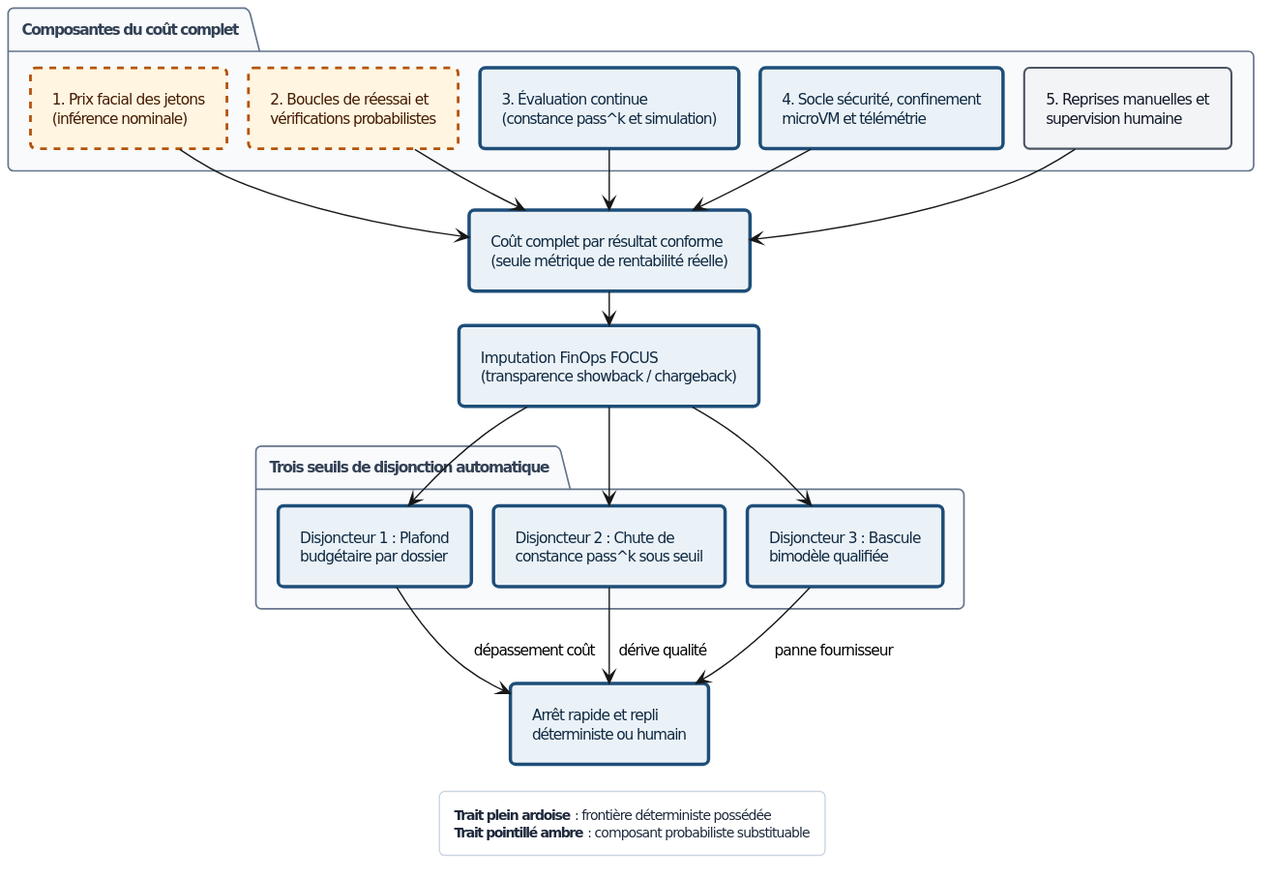
The PlantUML diagram 7 - Livre 2027/diagrammes/rendus/Fig-18.svg in agbruneau/Agentique, before a commit.
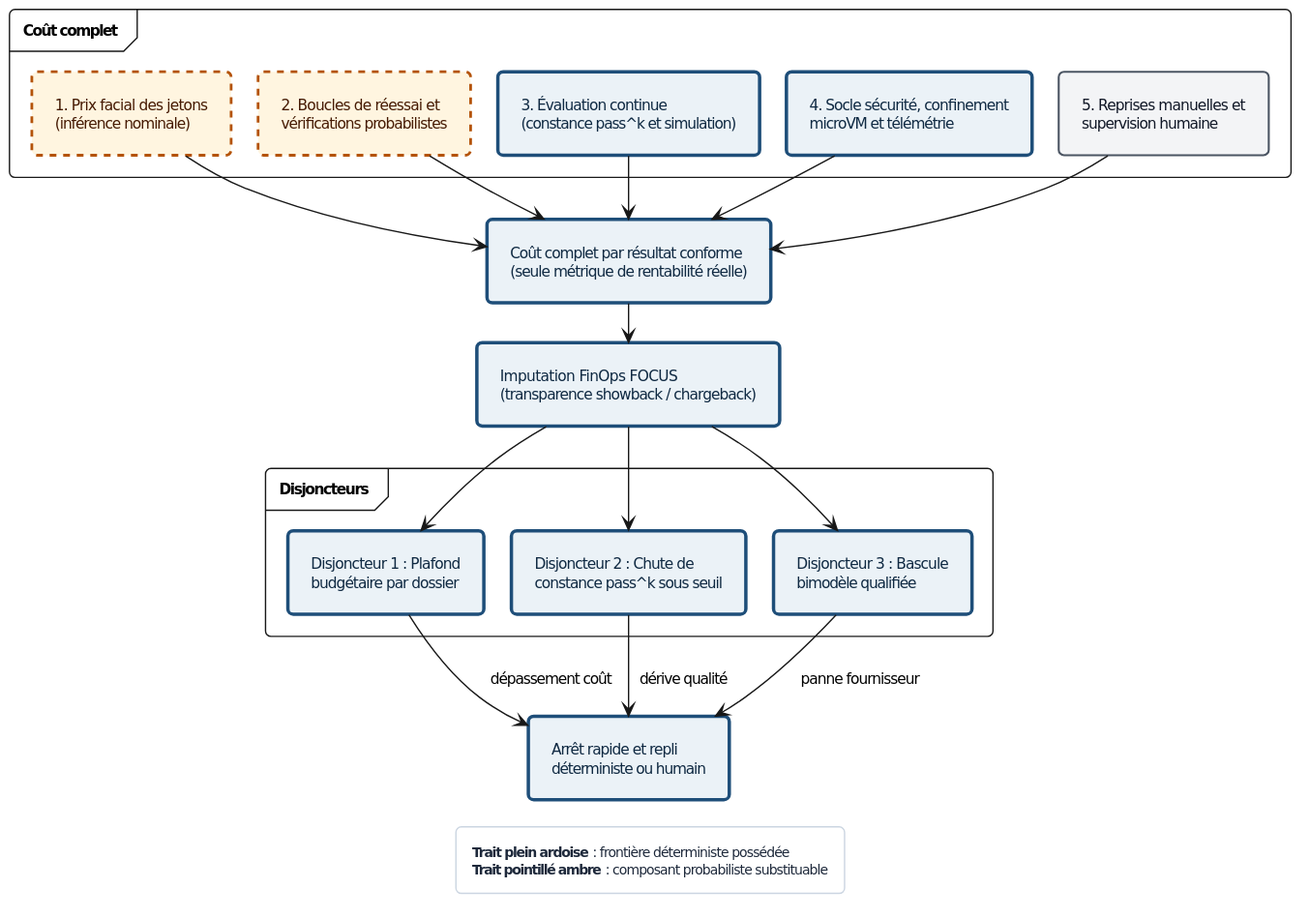
Later version of the same file.

What changed in the source:
```diff
@@ -41,11 +41,12 @@
 skinparam defaultFontSize 11
 skinparam shadowing false
 skinparam roundcorner 8
-skinparam nodesep 16
-skinparam ranksep 24
-skinparam padding 6
+skinparam packageStyle frame
+skinparam nodesep 20
+skinparam ranksep 28
+skinparam padding 7
 
-package "Composantes du coût complet" {
+package "Coût complet" {
   rectangle "1. Prix facial des jetons\n(inférence nominale)" as C1 <<prob>>
   rectangle "2. Boucles de réessai et\nvérifications probabilistes" as C2 <<prob>>
   rectangle "3. Évaluation continue\n(constance pass^k et simulation)" as C3 <<det>>
@@ -56,7 +57,7 @@
 rectangle "Coût complet par résultat conforme\n(seule métrique de rentabilité réelle)" as CPO <<det>>
 rectangle "Imputation FinOps FOCUS\n(transparence showback / chargeback)" as FOCUS <<det>>
 
-package "Trois seuils de disjonction automatique" {
+package "Disjoncteurs" {
   rectangle "Disjoncteur 1 : Plafond\nbudgétaire par dossier" as D1 <<det>>
   rectangle "Disjoncteur 2 : Chute de\nconstance pass^k sous seuil" as D2 <<det>>
   rectangle "Disjoncteur 3 : Bascule\nbimodèle qualifiée" as D3 <<det>>
```
